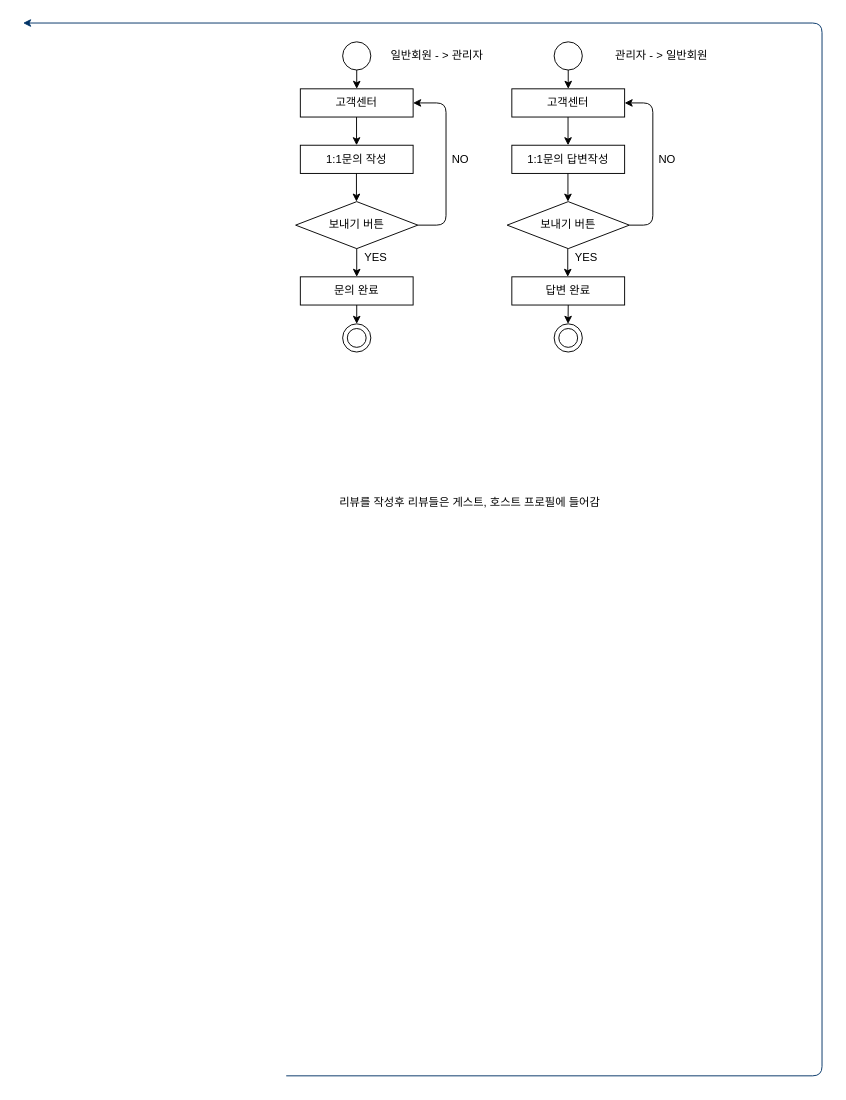
snowskyblue/- keeps this draw.io diagram as 네비게이션 흐름도/고객센터.drawio. Above is the earlier version. Source tidied: cells renumbered, new cells numbered last; positions are measured from the earlier drawing's top-left corner, leaving out a move shared by most shapes. Both pictures are drawn from the tidied source at 94%, with x=0, y=0 at pixel (23, 23).
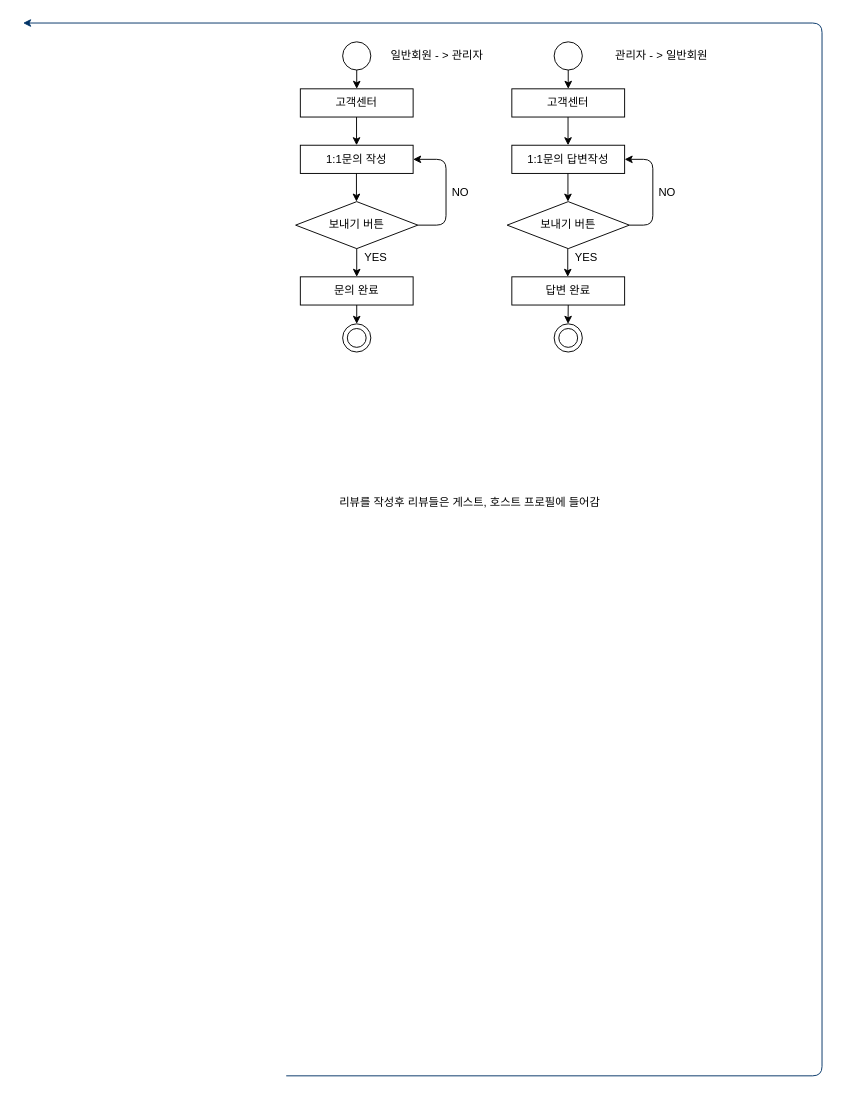
After the change.

Unchanged cells that the change refers to:
```xml
<mxCell id="5" value="1:1문의 답변작성" style="rounded=0;whiteSpace=wrap;html=1;" parent="1" vertex="1">
  <mxGeometry x="520" y="130" width="120" height="30" as="geometry" />
</mxCell>
<mxCell id="8" value="고객센터" style="rounded=0;whiteSpace=wrap;html=1;" parent="1" vertex="1">
  <mxGeometry x="520" y="70" width="120" height="30" as="geometry" />
</mxCell>
<mxCell id="17" value="1:1문의 작성" style="rounded=0;whiteSpace=wrap;html=1;" parent="1" vertex="1">
  <mxGeometry x="295" y="130" width="120" height="30" as="geometry" />
</mxCell>
<mxCell id="18" value="보내기 버튼" style="rhombus;whiteSpace=wrap;html=1;" parent="1" vertex="1">
  <mxGeometry x="290" y="190" width="130" height="50" as="geometry" />
</mxCell>
<mxCell id="22" value="고객센터" style="rounded=0;whiteSpace=wrap;html=1;" parent="1" vertex="1">
  <mxGeometry x="295" y="70" width="120" height="30" as="geometry" />
</mxCell>
<mxCell id="35" value="보내기 버튼" style="rhombus;whiteSpace=wrap;html=1;" parent="1" vertex="1">
  <mxGeometry x="515" y="190" width="130" height="50" as="geometry" />
</mxCell>
```

The edit, as a diff of the source:
```diff
@@
-    <mxCell id="13" style="edgeStyle=elbowEdgeStyle;elbow=horizontal;endArrow=classic;html=1;exitX=1;exitY=0.5;exitDx=0;exitDy=0;entryX=1;entryY=0.5;entryDx=0;entryDy=0;" parent="1" edge="1" source="35" target="8">
+    <mxCell id="13" style="edgeStyle=elbowEdgeStyle;elbow=horizontal;endArrow=classic;html=1;exitX=1;exitY=0.5;exitDx=0;exitDy=0;entryX=1;entryY=0.5;entryDx=0;entryDy=0;" parent="1" edge="1" source="35" target="5">
       <mxGeometry relative="1" as="geometry">
         <Array as="points">
           <mxPoint x="670" y="120" />
           <mxPoint x="679.2" y="139.8" />
           <mxPoint x="699.2" y="139.8" />
           <mxPoint x="764.2" y="139.8" />
           <mxPoint x="774.2" y="119.8" />
         </Array>
       </mxGeometry>
     </mxCell>
     <mxCell id="14" value="NO" style="text;html=1;align=center;verticalAlign=middle;fillColor=none;strokeColor=none;rounded=0;" parent="1" vertex="1">
-      <mxGeometry x="670" y="135" width="30" height="20" as="geometry" />
+      <mxGeometry x="670" y="170" width="30" height="20" as="geometry" />
     </mxCell>
@@
-    <mxCell id="28" style="edgeStyle=elbowEdgeStyle;elbow=horizontal;endArrow=classic;html=1;entryX=1;entryY=0.5;entryDx=0;entryDy=0;exitX=1;exitY=0.5;exitDx=0;exitDy=0;" parent="1" edge="1" source="18" target="22">
+    <mxCell id="28" style="edgeStyle=elbowEdgeStyle;elbow=horizontal;endArrow=classic;html=1;entryX=1;entryY=0.5;entryDx=0;entryDy=0;exitX=1;exitY=0.5;exitDx=0;exitDy=0;" parent="1" edge="1" source="18" target="17">
       <mxGeometry relative="1" as="geometry">
         <Array as="points">
           <mxPoint x="450" y="170" />
           <mxPoint x="445" y="199.8" />
           <mxPoint x="465" y="199.8" />
           <mxPoint x="530" y="199.8" />
           <mxPoint x="540" y="179.8" />
         </Array>
       </mxGeometry>
     </mxCell>
     <mxCell id="29" value="NO" style="text;html=1;align=center;verticalAlign=middle;fillColor=none;strokeColor=none;rounded=0;" parent="1" vertex="1">
-      <mxGeometry x="450" y="135" width="30" height="20" as="geometry" />
+      <mxGeometry x="450" y="170" width="30" height="20" as="geometry" />
     </mxCell>
```
